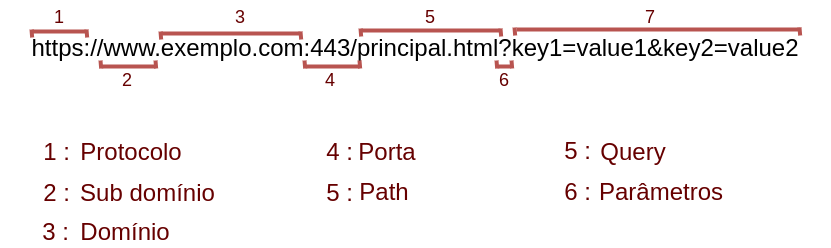
This is barraDeEnderecos/images/URL.drawio.png from Deborahhm/Digital-College, a draw.io export, as it was before one commit. Source tidied: cells renumbered, new cells last; positions are measured from the earlier drawing's top-left corner, leaving out a move shared by most shapes.
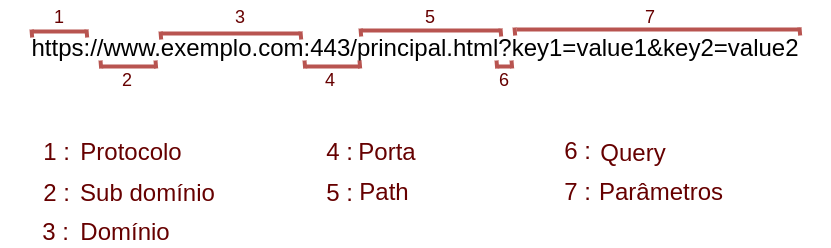
Later version of the same file.

The edit, as a diff of the source:
```diff
@@ -188,10 +188,10 @@
     <mxCell id="35" value="&lt;font color=&quot;#660000&quot;&gt;5 :&amp;nbsp;&lt;/font&gt;" style="text;html=1;align=center;verticalAlign=middle;whiteSpace=wrap;rounded=0;fontSize=24;" parent="1" vertex="1">
       <mxGeometry x="313" y="178" width="60" height="30" as="geometry" />
     </mxCell>
-    <mxCell id="36" value="&lt;font color=&quot;#660000&quot;&gt;5 :&amp;nbsp;&lt;/font&gt;" style="text;html=1;align=center;verticalAlign=middle;whiteSpace=wrap;rounded=0;fontSize=24;" parent="1" vertex="1">
+    <mxCell id="36" value="&lt;font color=&quot;#660000&quot;&gt;6 :&amp;nbsp;&lt;/font&gt;" style="text;html=1;align=center;verticalAlign=middle;whiteSpace=wrap;rounded=0;fontSize=24;" parent="1" vertex="1">
       <mxGeometry x="551" y="136" width="60" height="30" as="geometry" />
     </mxCell>
-    <mxCell id="37" value="&lt;font color=&quot;#660000&quot;&gt;6 :&amp;nbsp;&lt;/font&gt;" style="text;html=1;align=center;verticalAlign=middle;whiteSpace=wrap;rounded=0;fontSize=24;" parent="1" vertex="1">
+    <mxCell id="37" value="&lt;font color=&quot;#660000&quot;&gt;7 :&amp;nbsp;&lt;/font&gt;" style="text;html=1;align=center;verticalAlign=middle;whiteSpace=wrap;rounded=0;fontSize=24;" parent="1" vertex="1">
       <mxGeometry x="551" y="177" width="60" height="30" as="geometry" />
     </mxCell>
     <mxCell id="38" value="Protocolo" style="text;html=1;strokeColor=none;fillColor=none;align=center;verticalAlign=middle;whiteSpace=wrap;rounded=0;fontSize=24;fontColor=#660000;" parent="1" vertex="1">
@@ -207,7 +207,7 @@
       <mxGeometry x="306" y="177" width="156" height="30" as="geometry" />
     </mxCell>
     <mxCell id="42" value="Query" style="text;html=1;strokeColor=none;fillColor=none;align=center;verticalAlign=middle;whiteSpace=wrap;rounded=0;fontSize=24;fontColor=#660000;" parent="1" vertex="1">
-      <mxGeometry x="555" y="137" width="156" height="30" as="geometry" />
+      <mxGeometry x="555" y="138" width="156" height="30" as="geometry" />
     </mxCell>
     <mxCell id="43" value="Parâmetros" style="text;html=1;strokeColor=none;fillColor=none;align=center;verticalAlign=middle;whiteSpace=wrap;rounded=0;fontSize=24;fontColor=#660000;" parent="1" vertex="1">
       <mxGeometry x="583" y="177" width="156" height="30" as="geometry" />
```
